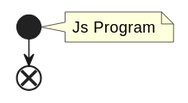
Earlier version of the PlantUML export docs/qc/connect/mirror-client/src/main/java/org/apache/kafka/connect/mirror/IdentityReplicationPolicy.java.fct.svg (qualitesys/kafka).
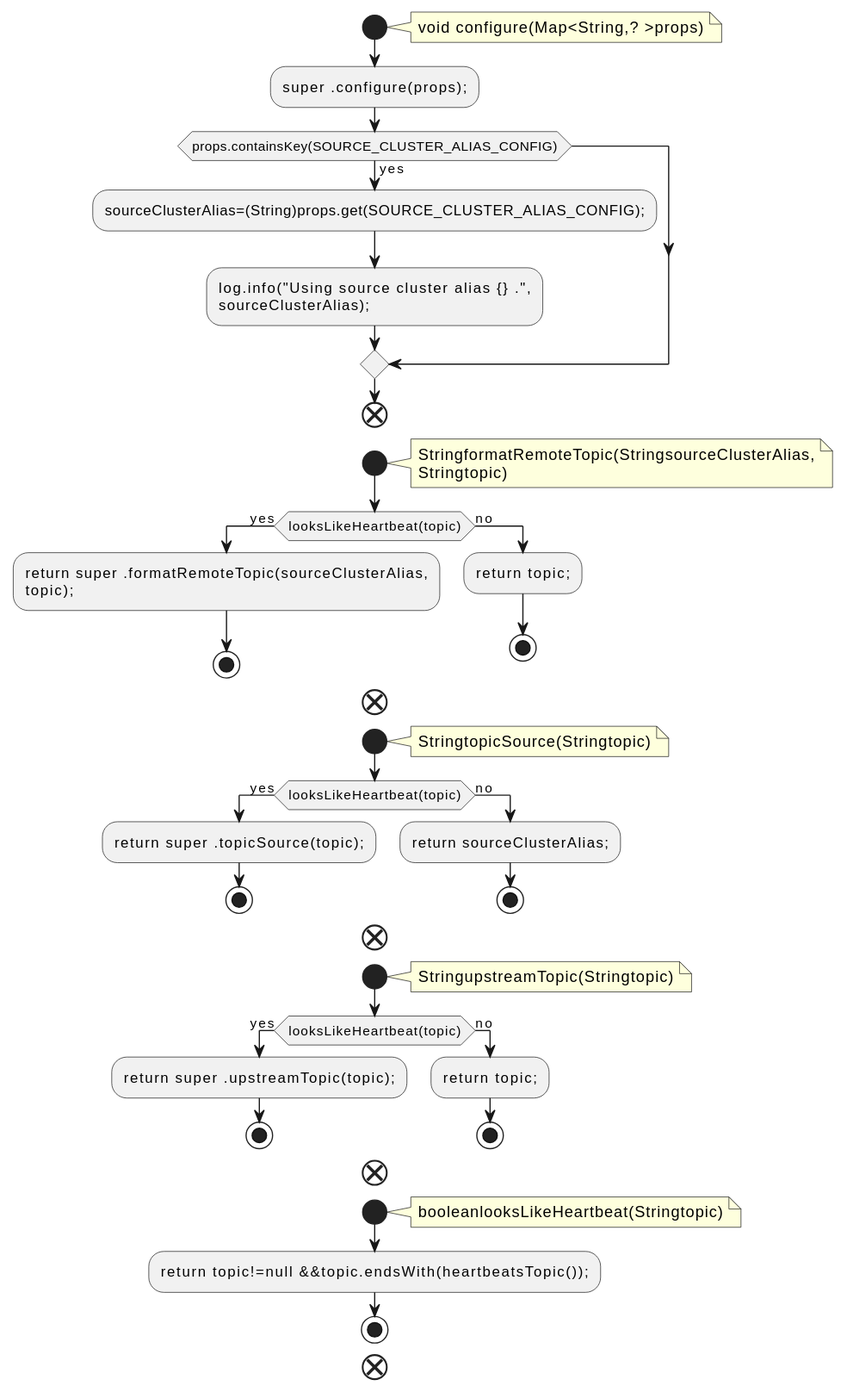
The same file after the commit.

The edit, as a diff of the source:
```diff
@@ -2,7 +2,58 @@
 !pragma layout smetana
 start
 note right
-Js Program
+void configure(Map<String,? >props)
 end note
+:super .configure(props);;
+if (props.containsKey(SOURCE_CLUSTER_ALIAS_CONFIG)) then (yes)
+:sourceClusterAlias=(String)props.get(SOURCE_CLUSTER_ALIAS_CONFIG);;
+:log.info("Using source cluster alias  {} .",
+sourceClusterAlias);;
+endif
+end
+start
+note right
+StringformatRemoteTopic(StringsourceClusterAlias,
+Stringtopic)
+end note
+if (looksLikeHeartbeat(topic)) then (yes)
+:return super .formatRemoteTopic(sourceClusterAlias,
+topic);;
+stop
+else (no)
+:return topic;;
+stop
+endif
+end
+start
+note right
+StringtopicSource(Stringtopic)
+end note
+if (looksLikeHeartbeat(topic)) then (yes)
+:return super .topicSource(topic);;
+stop
+else (no)
+:return sourceClusterAlias;;
+stop
+endif
+end
+start
+note right
+StringupstreamTopic(Stringtopic)
+end note
+if (looksLikeHeartbeat(topic)) then (yes)
+:return super .upstreamTopic(topic);;
+stop
+else (no)
+:return topic;;
+stop
+endif
+end
+start
+note right
+booleanlooksLikeHeartbeat(Stringtopic)
+end note
+:return topic!=null &&topic.endsWith(heartbeatsTopic());;
+stop
 end
 @enduml
```
